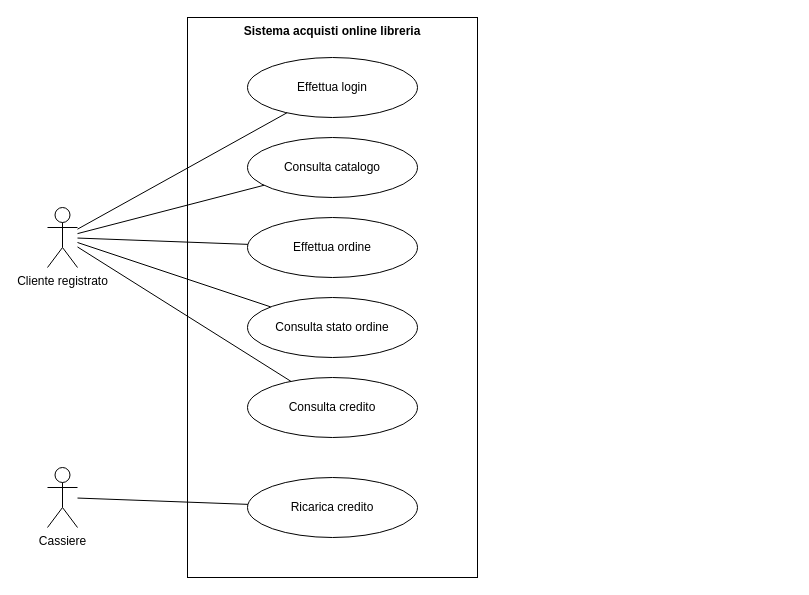
This is uml/Es8.drawio from diegoaldighieri/UML-casi-pratici, a draw.io file, before an edit. Source tidied: cells renumbered, new cells numbered last; positions are measured from the earlier drawing's top-left corner, leaving out a move shared by most shapes. Both pictures are drawn from the tidied source at 100%, with x=0, y=0 at pixel (47, 17).
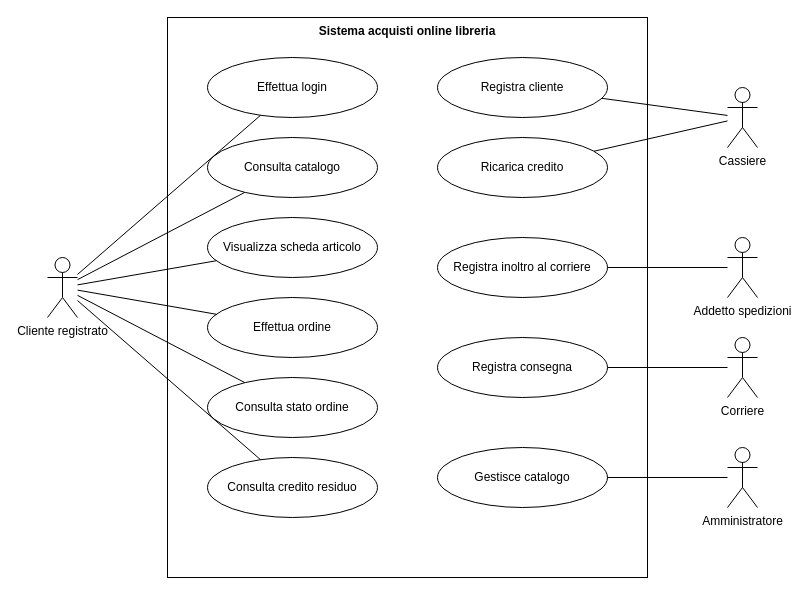
Above is the later version.

The edit, as a diff of the source:
```diff
@@
     <mxCell id="2" value="Sistema acquisti online libreria" style="rounded=0;whiteSpace=wrap;html=1;verticalAlign=top;fontStyle=1;fillColor=none;" parent="1" vertex="1">
-      <mxGeometry x="140" width="290" height="560" as="geometry" />
+      <mxGeometry x="120" width="480" height="560" as="geometry" />
     </mxCell>
     <mxCell id="3" value="Cliente registrato" style="shape=umlActor;verticalLabelPosition=bottom;verticalAlign=top;html=1;outlineConnect=0;" parent="1" vertex="1">
-      <mxGeometry y="190" width="30" height="60" as="geometry" />
+      <mxGeometry y="240" width="30" height="60" as="geometry" />
     </mxCell>
     <mxCell id="4" value="Cassiere" style="shape=umlActor;verticalLabelPosition=bottom;verticalAlign=top;html=1;outlineConnect=0;" parent="1" vertex="1">
-      <mxGeometry y="450" width="30" height="60" as="geometry" />
+      <mxGeometry x="680" y="70" width="30" height="60" as="geometry" />
     </mxCell>
+    <mxCell id="17" value="Addetto spedizioni" style="shape=umlActor;verticalLabelPosition=bottom;verticalAlign=top;html=1;outlineConnect=0;" parent="1" vertex="1">
+      <mxGeometry x="680" y="220" width="30" height="60" as="geometry" />
+    </mxCell>
+    <mxCell id="18" value="Corriere" style="shape=umlActor;verticalLabelPosition=bottom;verticalAlign=top;html=1;outlineConnect=0;" parent="1" vertex="1">
+      <mxGeometry x="680" y="320" width="30" height="60" as="geometry" />
+    </mxCell>
+    <mxCell id="19" value="Amministratore" style="shape=umlActor;verticalLabelPosition=bottom;verticalAlign=top;html=1;outlineConnect=0;" parent="1" vertex="1">
+      <mxGeometry x="680" y="430" width="30" height="60" as="geometry" />
+    </mxCell>
     <mxCell id="5" value="Effettua login" style="ellipse;whiteSpace=wrap;html=1;" parent="1" vertex="1">
-      <mxGeometry x="200" y="40" width="170" height="60" as="geometry" />
+      <mxGeometry x="160" y="40" width="170" height="60" as="geometry" />
     </mxCell>
     <mxCell id="6" value="Consulta catalogo" style="ellipse;whiteSpace=wrap;html=1;" parent="1" vertex="1">
-      <mxGeometry x="200" y="120" width="170" height="60" as="geometry" />
+      <mxGeometry x="160" y="120" width="170" height="60" as="geometry" />
     </mxCell>
+    <mxCell id="20" value="Visualizza scheda articolo" style="ellipse;whiteSpace=wrap;html=1;" parent="1" vertex="1">
+      <mxGeometry x="160" y="200" width="170" height="60" as="geometry" />
+    </mxCell>
     <mxCell id="7" value="Effettua ordine" style="ellipse;whiteSpace=wrap;html=1;" parent="1" vertex="1">
-      <mxGeometry x="200" y="200" width="170" height="60" as="geometry" />
+      <mxGeometry x="160" y="280" width="170" height="60" as="geometry" />
     </mxCell>
     <mxCell id="8" value="Consulta stato ordine" style="ellipse;whiteSpace=wrap;html=1;" parent="1" vertex="1">
-      <mxGeometry x="200" y="280" width="170" height="60" as="geometry" />
+      <mxGeometry x="160" y="360" width="170" height="60" as="geometry" />
     </mxCell>
-    <mxCell id="9" value="Consulta credito" style="ellipse;whiteSpace=wrap;html=1;" parent="1" vertex="1">
-      <mxGeometry x="200" y="360" width="170" height="60" as="geometry" />
+    <mxCell id="9" value="Consulta credito residuo" style="ellipse;whiteSpace=wrap;html=1;" parent="1" vertex="1">
+      <mxGeometry x="160" y="440" width="170" height="60" as="geometry" />
     </mxCell>
+    <mxCell id="21" value="Registra cliente" style="ellipse;whiteSpace=wrap;html=1;" parent="1" vertex="1">
+      <mxGeometry x="390" y="40" width="170" height="60" as="geometry" />
+    </mxCell>
     <mxCell id="10" value="Ricarica credito" style="ellipse;whiteSpace=wrap;html=1;" parent="1" vertex="1">
-      <mxGeometry x="200" y="460" width="170" height="60" as="geometry" />
+      <mxGeometry x="390" y="120" width="170" height="60" as="geometry" />
     </mxCell>
+    <mxCell id="22" value="Registra inoltro al corriere" style="ellipse;whiteSpace=wrap;html=1;" parent="1" vertex="1">
+      <mxGeometry x="390" y="220" width="170" height="60" as="geometry" />
+    </mxCell>
+    <mxCell id="23" value="Registra consegna" style="ellipse;whiteSpace=wrap;html=1;" parent="1" vertex="1">
+      <mxGeometry x="390" y="320" width="170" height="60" as="geometry" />
+    </mxCell>
+    <mxCell id="24" value="Gestisce catalogo" style="ellipse;whiteSpace=wrap;html=1;" parent="1" vertex="1">
+      <mxGeometry x="390" y="430" width="170" height="60" as="geometry" />
+    </mxCell>
@@
-    <mxCell id="13" style="endArrow=none;html=1;" parent="1" edge="1" source="3" target="7">
+    <mxCell id="13" style="endArrow=none;html=1;" parent="1" edge="1" source="3" target="20">
       <mxGeometry relative="1" as="geometry" />
     </mxCell>
-    <mxCell id="14" style="endArrow=none;html=1;" parent="1" edge="1" source="3" target="8">
+    <mxCell id="14" style="endArrow=none;html=1;" parent="1" edge="1" source="3" target="7">
       <mxGeometry relative="1" as="geometry" />
     </mxCell>
-    <mxCell id="15" style="endArrow=none;html=1;" parent="1" edge="1" source="3" target="9">
+    <mxCell id="15" style="endArrow=none;html=1;" parent="1" edge="1" source="3" target="8">
       <mxGeometry relative="1" as="geometry" />
     </mxCell>
-    <mxCell id="16" style="endArrow=none;html=1;" parent="1" edge="1" source="4" target="10">
+    <mxCell id="16" style="endArrow=none;html=1;" parent="1" edge="1" source="3" target="9">
       <mxGeometry relative="1" as="geometry" />
     </mxCell>
+    <mxCell id="25" style="endArrow=none;html=1;" parent="1" edge="1" source="4" target="21">
+      <mxGeometry relative="1" as="geometry" />
+    </mxCell>
+    <mxCell id="26" style="endArrow=none;html=1;" parent="1" edge="1" source="4" target="10">
+      <mxGeometry relative="1" as="geometry" />
+    </mxCell>
+    <mxCell id="27" style="endArrow=none;html=1;" parent="1" edge="1" source="17" target="22">
+      <mxGeometry relative="1" as="geometry" />
+    </mxCell>
+    <mxCell id="28" style="endArrow=none;html=1;" parent="1" edge="1" source="18" target="23">
+      <mxGeometry relative="1" as="geometry" />
+    </mxCell>
+    <mxCell id="29" style="endArrow=none;html=1;" parent="1" edge="1" source="19" target="24">
+      <mxGeometry relative="1" as="geometry" />
+    </mxCell>
```
